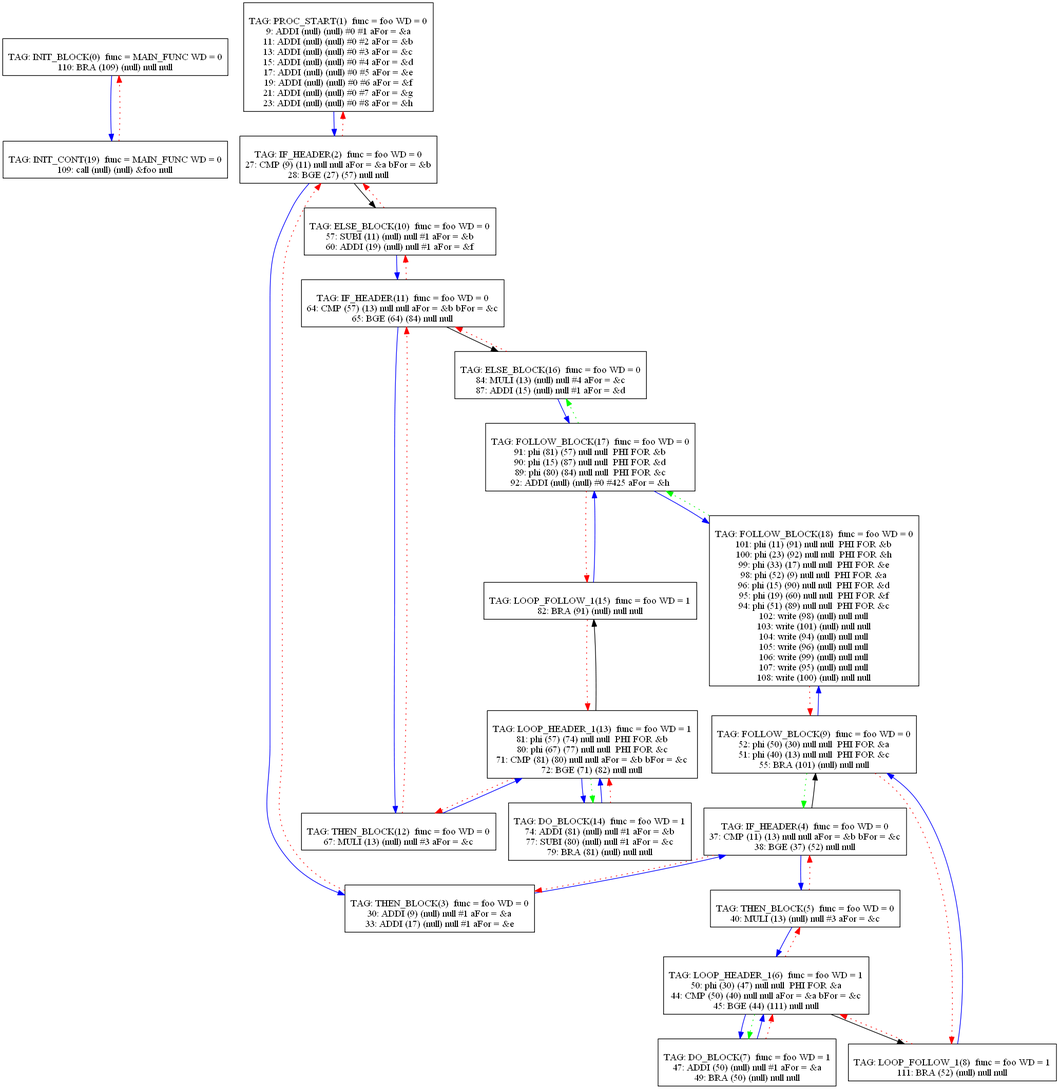
mbajaj92/Project-Astoria keeps this Graphviz diagram as Compiler/13graph.png. Above is the earlier version. Its source is kept beside it as Compiler/13graph.dot.
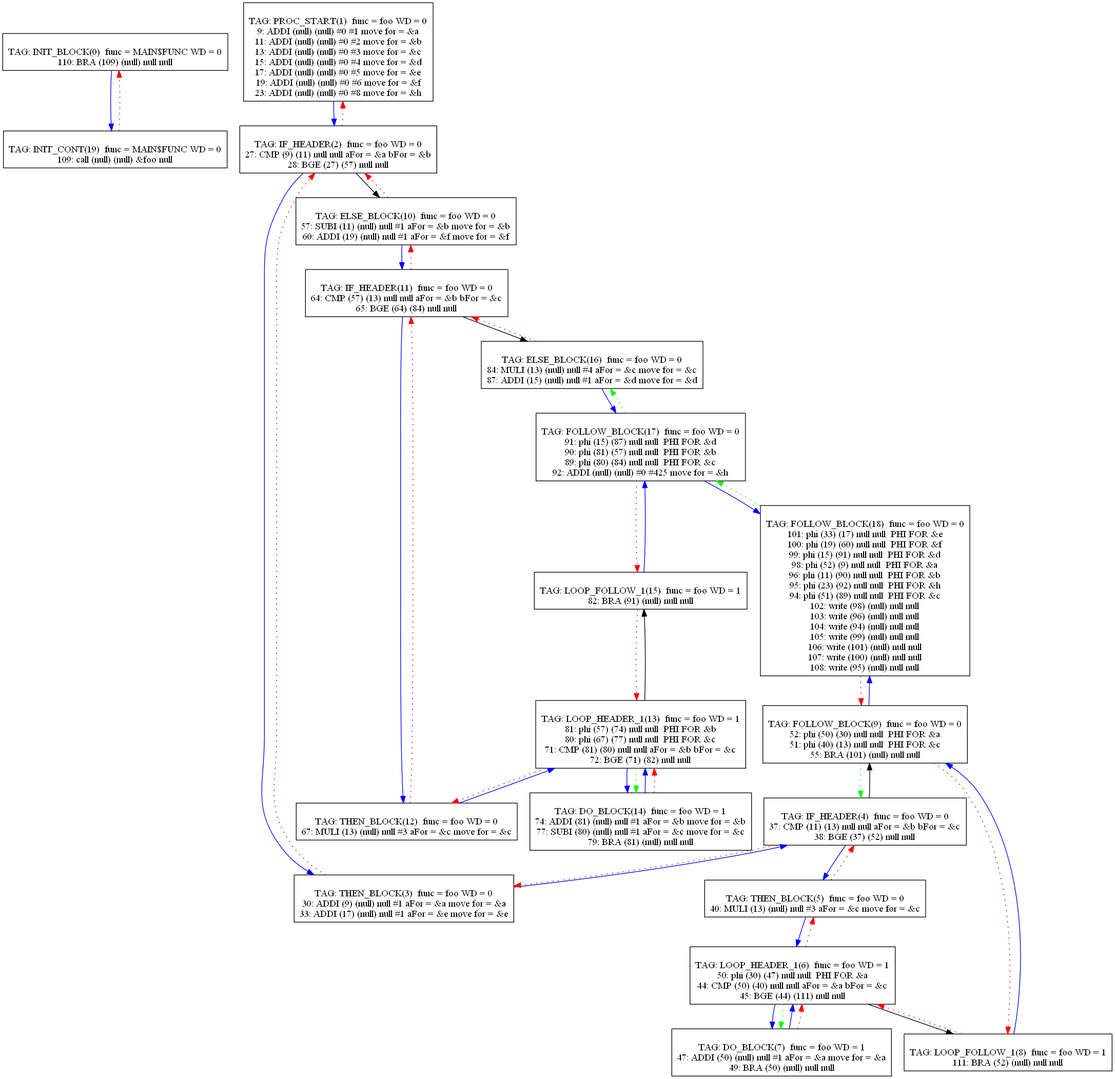
Above is the later version.

Change to the diagram source:
```diff
@@ -1,20 +1,19 @@
 digraph {
 0[label="
-TAG: INIT_BLOCK(0)  func = MAIN_FUNC WD = 0
+TAG: INIT_BLOCK(0)  func = MAIN$FUNC WD = 0
 110: BRA (109) (null) null null
 "];
 0[shape=box];
 0 -> 19[color=blue]
 1[label="
 TAG: PROC_START(1)  func = foo WD = 0
-9: ADDI (null) (null) #0 #1 aFor = &a
-11: ADDI (null) (null) #0 #2 aFor = &b
-13: ADDI (null) (null) #0 #3 aFor = &c
-15: ADDI (null) (null) #0 #4 aFor = &d
-17: ADDI (null) (null) #0 #5 aFor = &e
-19: ADDI (null) (null) #0 #6 aFor = &f
-21: ADDI (null) (null) #0 #7 aFor = &g
-23: ADDI (null) (null) #0 #8 aFor = &h
+9: ADDI (null) (null) #0 #1 move for = &a
+11: ADDI (null) (null) #0 #2 move for = &b
+13: ADDI (null) (null) #0 #3 move for = &c
+15: ADDI (null) (null) #0 #4 move for = &d
+17: ADDI (null) (null) #0 #5 move for = &e
+19: ADDI (null) (null) #0 #6 move for = &f
+23: ADDI (null) (null) #0 #8 move for = &h
 "];
 1[shape=box];
 1 -> 2[color=blue]
@@ -29,8 +28,8 @@
 2 -> 1[color=red][style=dotted]
 3[label="
 TAG: THEN_BLOCK(3)  func = foo WD = 0
-30: ADDI (9) (null) null #1 aFor = &a
-33: ADDI (17) (null) null #1 aFor = &e
+30: ADDI (9) (null) null #1 aFor = &a move for = &a
+33: ADDI (17) (null) null #1 aFor = &e move for = &e
 "];
 3[shape=box];
 3 -> 4[color=blue]
@@ -46,7 +45,7 @@
 4 -> 3[color=red][style=dotted]
 5[label="
 TAG: THEN_BLOCK(5)  func = foo WD = 0
-40: MULI (13) (null) null #3 aFor = &c
+40: MULI (13) (null) null #3 aFor = &c move for = &c
 "];
 5[shape=box];
 5 -> 6[color=blue]
@@ -64,7 +63,7 @@
 6 -> 7[color=green][style=dotted]
 7[label="
 TAG: DO_BLOCK(7)  func = foo WD = 1
-47: ADDI (50) (null) null #1 aFor = &a
+47: ADDI (50) (null) null #1 aFor = &a move for = &a
 49: BRA (50) (null) null null
 "];
 7[shape=box];
@@ -89,8 +88,8 @@
 9 -> 4[color=green][style=dotted]
 10[label="
 TAG: ELSE_BLOCK(10)  func = foo WD = 0
-57: SUBI (11) (null) null #1 aFor = &b
-60: ADDI (19) (null) null #1 aFor = &f
+57: SUBI (11) (null) null #1 aFor = &b move for = &b
+60: ADDI (19) (null) null #1 aFor = &f move for = &f
 "];
 10[shape=box];
 10 -> 11[color=blue]
@@ -106,7 +105,7 @@
 11 -> 10[color=red][style=dotted]
 12[label="
 TAG: THEN_BLOCK(12)  func = foo WD = 0
-67: MULI (13) (null) null #3 aFor = &c
+67: MULI (13) (null) null #3 aFor = &c move for = &c
 "];
 12[shape=box];
 12 -> 13[color=blue]
@@ -125,8 +124,8 @@
 13 -> 14[color=green][style=dotted]
 14[label="
 TAG: DO_BLOCK(14)  func = foo WD = 1
-74: ADDI (81) (null) null #1 aFor = &b
-77: SUBI (80) (null) null #1 aFor = &c
+74: ADDI (81) (null) null #1 aFor = &b move for = &b
+77: SUBI (80) (null) null #1 aFor = &c move for = &c
 79: BRA (81) (null) null null
 "];
 14[shape=box];
@@ -141,18 +140,18 @@
 15 -> 13[color=red][style=dotted]
 16[label="
 TAG: ELSE_BLOCK(16)  func = foo WD = 0
-84: MULI (13) (null) null #4 aFor = &c
-87: ADDI (15) (null) null #1 aFor = &d
+84: MULI (13) (null) null #4 aFor = &c move for = &c
+87: ADDI (15) (null) null #1 aFor = &d move for = &d
 "];
 16[shape=box];
 16 -> 17[color=blue]
 16 -> 11[color=red][style=dotted]
 17[label="
 TAG: FOLLOW_BLOCK(17)  func = foo WD = 0
-91: phi (81) (57) null null  PHI FOR &b
-90: phi (15) (87) null null  PHI FOR &d
+91: phi (15) (87) null null  PHI FOR &d
+90: phi (81) (57) null null  PHI FOR &b
 89: phi (80) (84) null null  PHI FOR &c
-92: ADDI (null) (null) #0 #425 aFor = &h
+92: ADDI (null) (null) #0 #425 move for = &h
 "];
 17[shape=box];
 17 -> 18[color=blue]
@@ -160,26 +159,26 @@
 17 -> 16[color=green][style=dotted]
 18[label="
 TAG: FOLLOW_BLOCK(18)  func = foo WD = 0
-101: phi (11) (91) null null  PHI FOR &b
-100: phi (23) (92) null null  PHI FOR &h
-99: phi (33) (17) null null  PHI FOR &e
+101: phi (33) (17) null null  PHI FOR &e
+100: phi (19) (60) null null  PHI FOR &f
+99: phi (15) (91) null null  PHI FOR &d
 98: phi (52) (9) null null  PHI FOR &a
-96: phi (15) (90) null null  PHI FOR &d
-95: phi (19) (60) null null  PHI FOR &f
+96: phi (11) (90) null null  PHI FOR &b
+95: phi (23) (92) null null  PHI FOR &h
 94: phi (51) (89) null null  PHI FOR &c
 102: write (98) (null) null null
-103: write (101) (null) null null
+103: write (96) (null) null null
 104: write (94) (null) null null
-105: write (96) (null) null null
-106: write (99) (null) null null
-107: write (95) (null) null null
-108: write (100) (null) null null
+105: write (99) (null) null null
+106: write (101) (null) null null
+107: write (100) (null) null null
+108: write (95) (null) null null
 "];
 18[shape=box];
 18 -> 9[color=red][style=dotted]
 18 -> 17[color=green][style=dotted]
 19[label="
-TAG: INIT_CONT(19)  func = MAIN_FUNC WD = 0
+TAG: INIT_CONT(19)  func = MAIN$FUNC WD = 0
 109: call (null) (null) &foo null
 "];
 19[shape=box];
```
